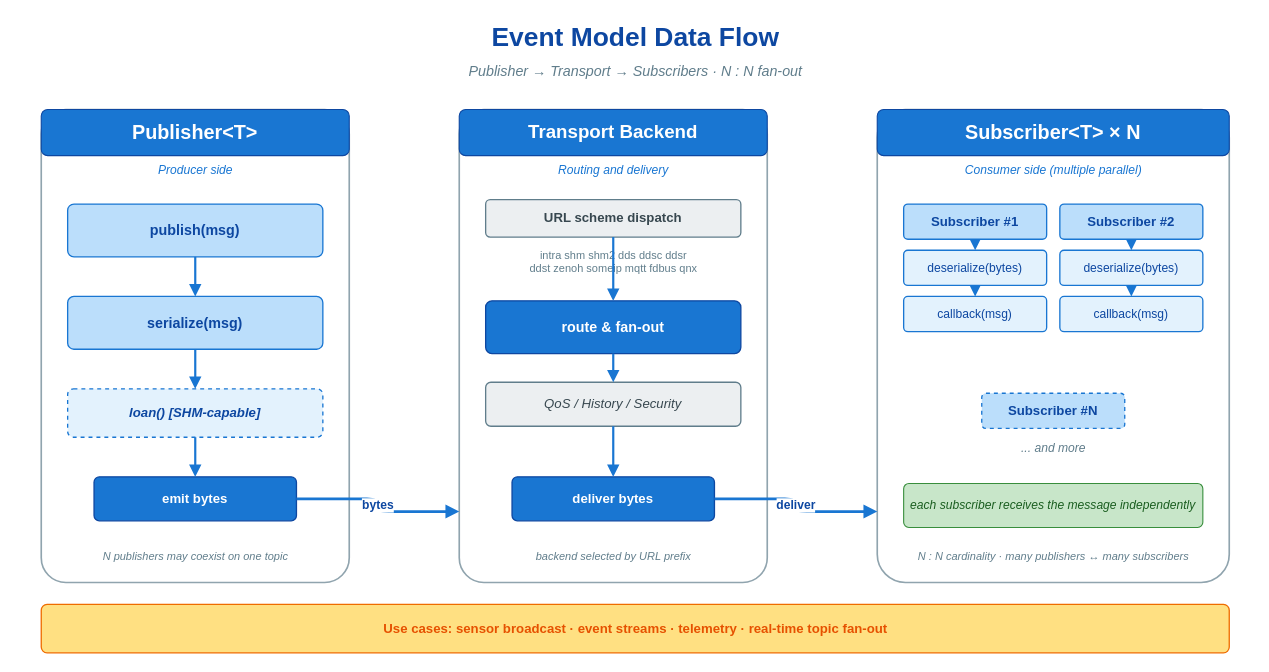
The draw.io diagram doc/images/event-dataflow.drawio in thun-res/vlink, before the edit. Source tidied: cells renumbered, new cells numbered last; positions are measured from the earlier drawing's top-left corner, leaving out a move shared by most shapes. Both pictures are drawn from the tidied source at 110%, with x=0, y=0 at pixel (19, 19).
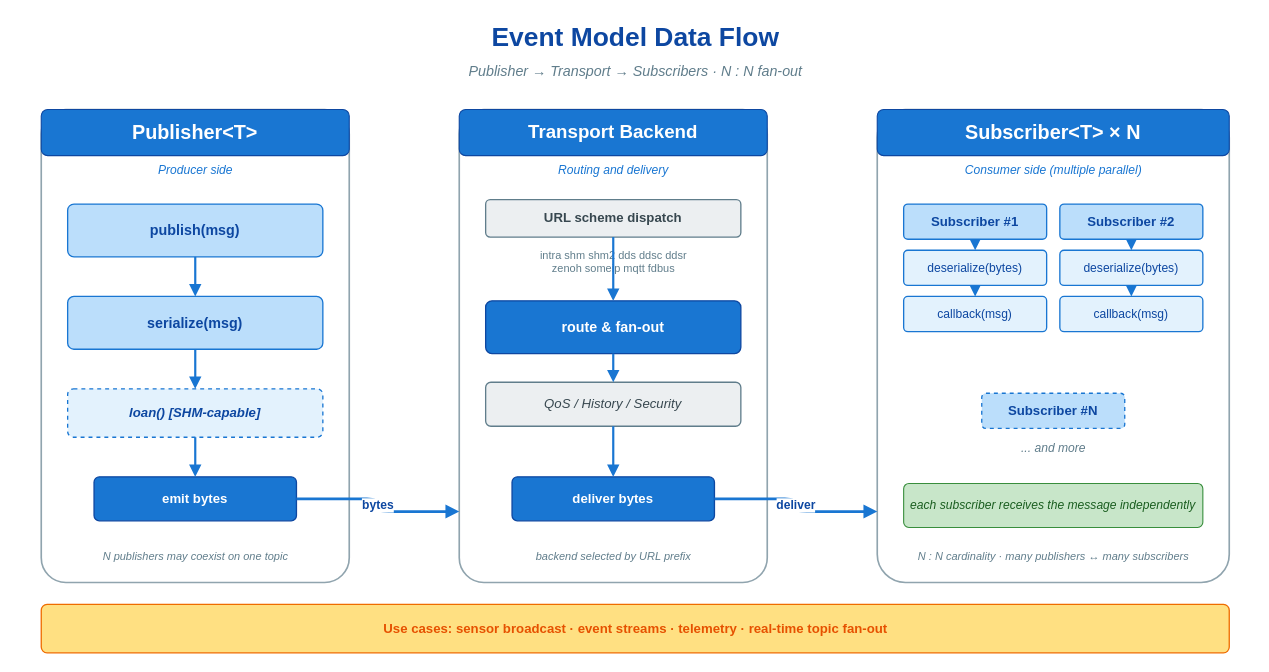
After the change.

Diff of the diagram source:
```diff
@@
-    <mxCell id="19" value="intra  shm  shm2  dds  ddsc  ddsr&#10;ddst  zenoh  someip  mqtt  fdbus  qnx" style="text;html=1;align=center;verticalAlign=middle;strokeColor=none;fillColor=none;fontFamily=Helvetica;fontSize=10;fontStyle=0;fontColor=#607d8b;" parent="1" vertex="1">
+    <mxCell id="19" value="intra  shm  shm2  dds  ddsc  ddsr&#10;zenoh  someip  mqtt  fdbus" style="text;html=1;align=center;verticalAlign=middle;strokeColor=none;fillColor=none;fontFamily=Helvetica;fontSize=10;fontStyle=0;fontColor=#607d8b;" parent="1" vertex="1">
       <mxGeometry x="424" y="200" width="232" height="40" as="geometry" />
     </mxCell>
```
